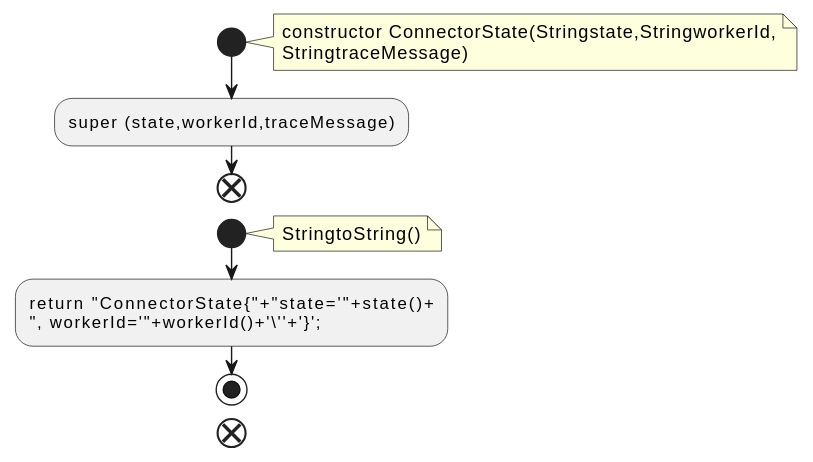
Earlier version of the PlantUML export docs/qc/connect/api/src/main/java/org/apache/kafka/connect/health/ConnectorState.java.fct.svg (qualitesys/kafka).
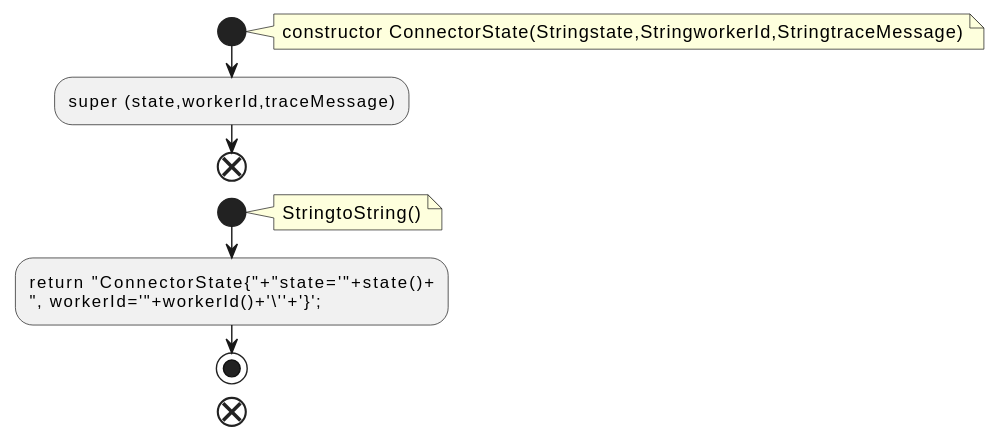
The same diagram one commit later.

Change to the diagram source:
```diff
@@ -2,8 +2,7 @@
 !pragma layout smetana
 start
 note right
-constructor ConnectorState(Stringstate,StringworkerId,
-StringtraceMessage)
+constructor ConnectorState(Stringstate,StringworkerId,StringtraceMessage)
 end note
 :super (state,workerId,traceMessage);
 end
```
